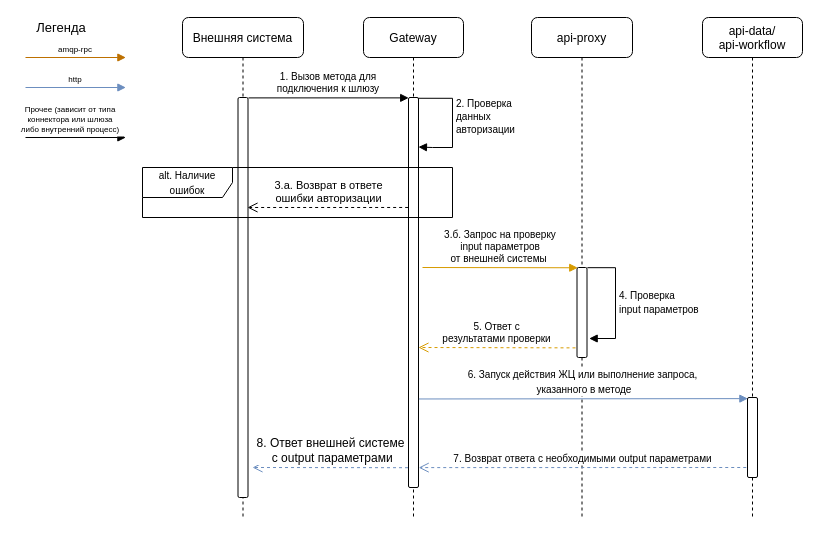
Earlier version of the draw.io diagram integration/gateway-flow.drawio (effective-group/docs-drawio). Source tidied: cells renumbered, new cells numbered last; positions are measured from the earlier drawing's top-left corner, leaving out a move shared by most shapes. Both pictures are drawn from the tidied source at 100%, with x=0, y=0 at pixel (25, 17).
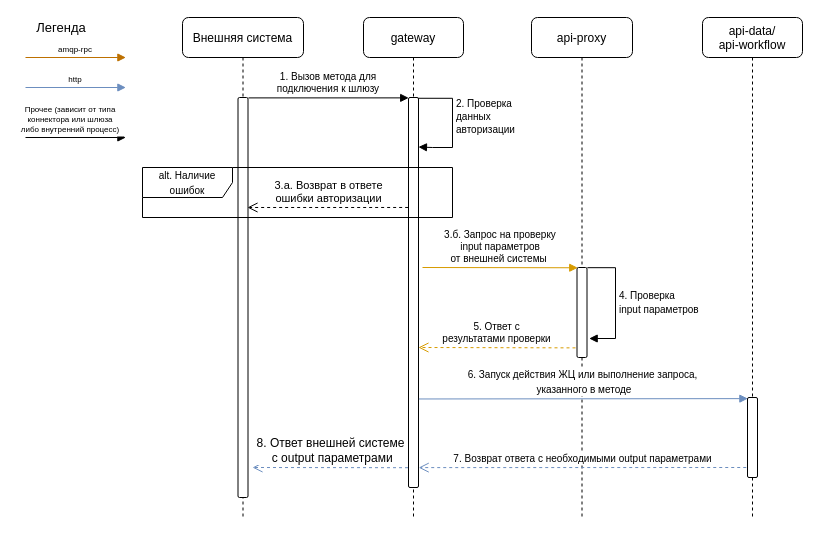
The same page after the edit.

The edit, as a diff of the source:
```diff
@@
-    <mxCell id="6" value="Gateway" style="shape=umlLifeline;perimeter=lifelinePerimeter;rounded=1;shadow=0;strokeWidth=1;" parent="1" vertex="1">
+    <mxCell id="6" value="gateway" style="shape=umlLifeline;perimeter=lifelinePerimeter;rounded=1;shadow=0;strokeWidth=1;" parent="1" vertex="1">
       <mxGeometry x="338" width="100" height="500" as="geometry" />
     </mxCell>
```
